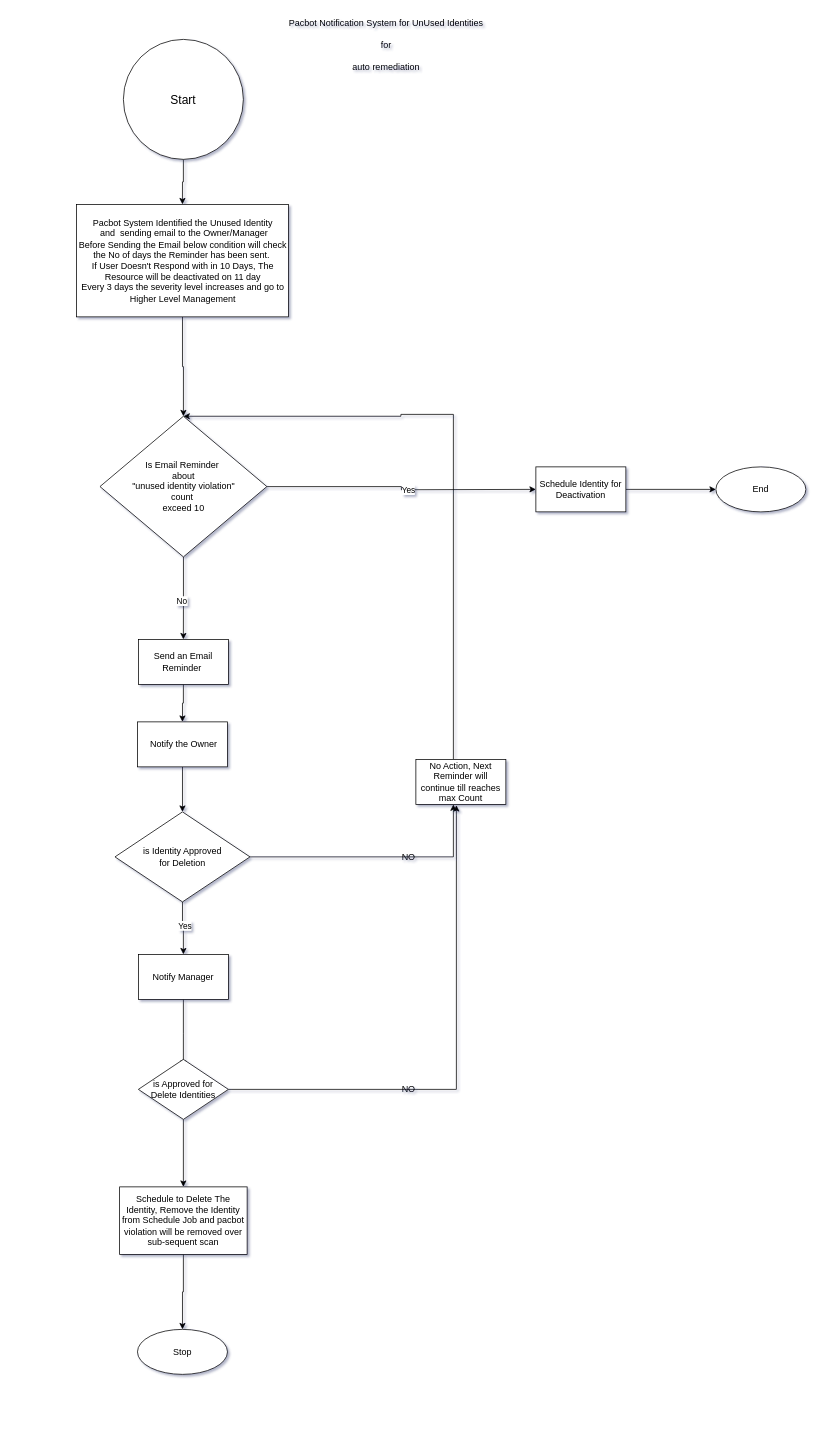
Before: page "Page-1" (1 of 2) of CDCASJ-4522-UnUsed-Identities-v5.drawio in cloudshare360/draw.io, a draw.io diagram. Source tidied: cells renumbered, new cells numbered last; positions are measured from the earlier drawing's top-left corner, leaving out a move shared by most shapes. Both pictures are drawn from the tidied source at 75%, with x=0, y=0 at pixel (76, 13).
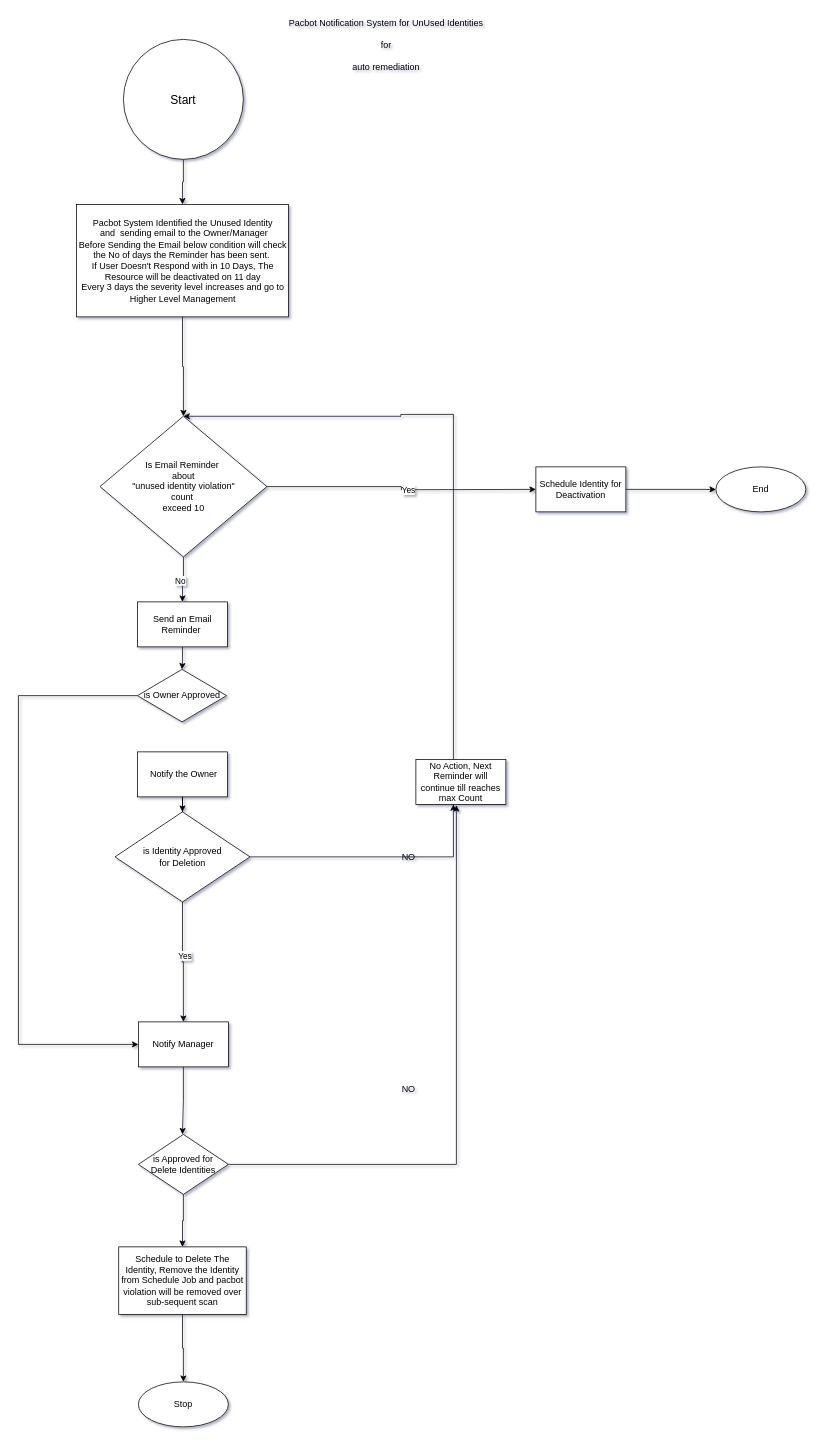
After the change.

Diff of the diagram source:
```diff
@@
     <mxCell id="5" value="&amp;nbsp;Notify the Owner" style="whiteSpace=wrap;html=1;" parent="1" vertex="1">
-      <mxGeometry x="80.8" y="945" width="120" height="60" as="geometry" />
+      <mxGeometry x="80.8" y="985" width="120" height="60" as="geometry" />
     </mxCell>
@@
     <mxCell id="10" style="edgeStyle=orthogonalEdgeStyle;rounded=0;jettySize=auto;html=1;" parent="1" edge="1" source="11">
       <mxGeometry relative="1" as="geometry">
-        <mxPoint x="142" y="1405" as="targetPoint" />
+        <mxPoint x="140.8" y="1495" as="targetPoint" />
       </mxGeometry>
     </mxCell>
     <mxCell id="11" value="Notify Manager" style="whiteSpace=wrap;html=1;" parent="1" vertex="1">
-      <mxGeometry x="82" y="1255" width="120" height="60" as="geometry" />
+      <mxGeometry x="82" y="1345" width="120" height="60" as="geometry" />
     </mxCell>
@@
-    <mxCell id="19" style="edgeStyle=orthogonalEdgeStyle;rounded=0;jettySize=auto;html=1;entryX=0.5;entryY=0;entryDx=0;entryDy=0;" parent="1" edge="1" source="20" target="5">
-      <mxGeometry relative="1" as="geometry" />
-    </mxCell>
+    <mxCell id="35" style="edgeStyle=orthogonalEdgeStyle;rounded=0;jettySize=auto;html=1;" parent="1" edge="1" source="20" target="37">
+      <mxGeometry relative="1" as="geometry" />
+    </mxCell>
     <mxCell id="20" value="Send an Email Reminder&amp;nbsp;" style="whiteSpace=wrap;html=1;" parent="1" vertex="1">
-      <mxGeometry x="82" y="835" width="120" height="60" as="geometry" />
+      <mxGeometry x="80.8" y="785" width="120" height="60" as="geometry" />
     </mxCell>
@@
     <mxCell id="25" value="is Approved for Delete Identities" style="rhombus;whiteSpace=wrap;html=1;" parent="1" vertex="1">
-      <mxGeometry x="82" y="1395" width="120" height="80" as="geometry" />
+      <mxGeometry x="82" y="1495" width="120" height="80" as="geometry" />
     </mxCell>
@@
     <mxCell id="27" value="Schedule to Delete The Identity, Remove the Identity from Schedule Job and pacbot violation will be removed over sub-sequent scan" style="whiteSpace=wrap;html=1;" parent="1" vertex="1">
-      <mxGeometry x="57" y="1565" width="170" height="90" as="geometry" />
+      <mxGeometry x="55.8" y="1645" width="170" height="90" as="geometry" />
     </mxCell>
     <mxCell id="28" value="Stop&lt;br&gt;" style="ellipse;whiteSpace=wrap;html=1;" parent="1" vertex="1">
-      <mxGeometry x="80.8" y="1755" width="120" height="60" as="geometry" />
+      <mxGeometry x="82" y="1825" width="120" height="60" as="geometry" />
     </mxCell>
@@
+    <mxCell id="36" style="edgeStyle=orthogonalEdgeStyle;rounded=0;jettySize=auto;html=1;entryX=0;entryY=0.5;entryDx=0;entryDy=0;" parent="1" edge="1" source="37" target="11">
+      <mxGeometry relative="1" as="geometry">
+        <Array as="points">
+          <mxPoint x="-78" y="910" />
+          <mxPoint x="-78" y="1375" />
+        </Array>
+      </mxGeometry>
+    </mxCell>
+    <mxCell id="37" value="is Owner Approved" style="rhombus;whiteSpace=wrap;html=1;" parent="1" vertex="1">
+      <mxGeometry x="80.8" y="875" width="118.8" height="70" as="geometry" />
+    </mxCell>
```
